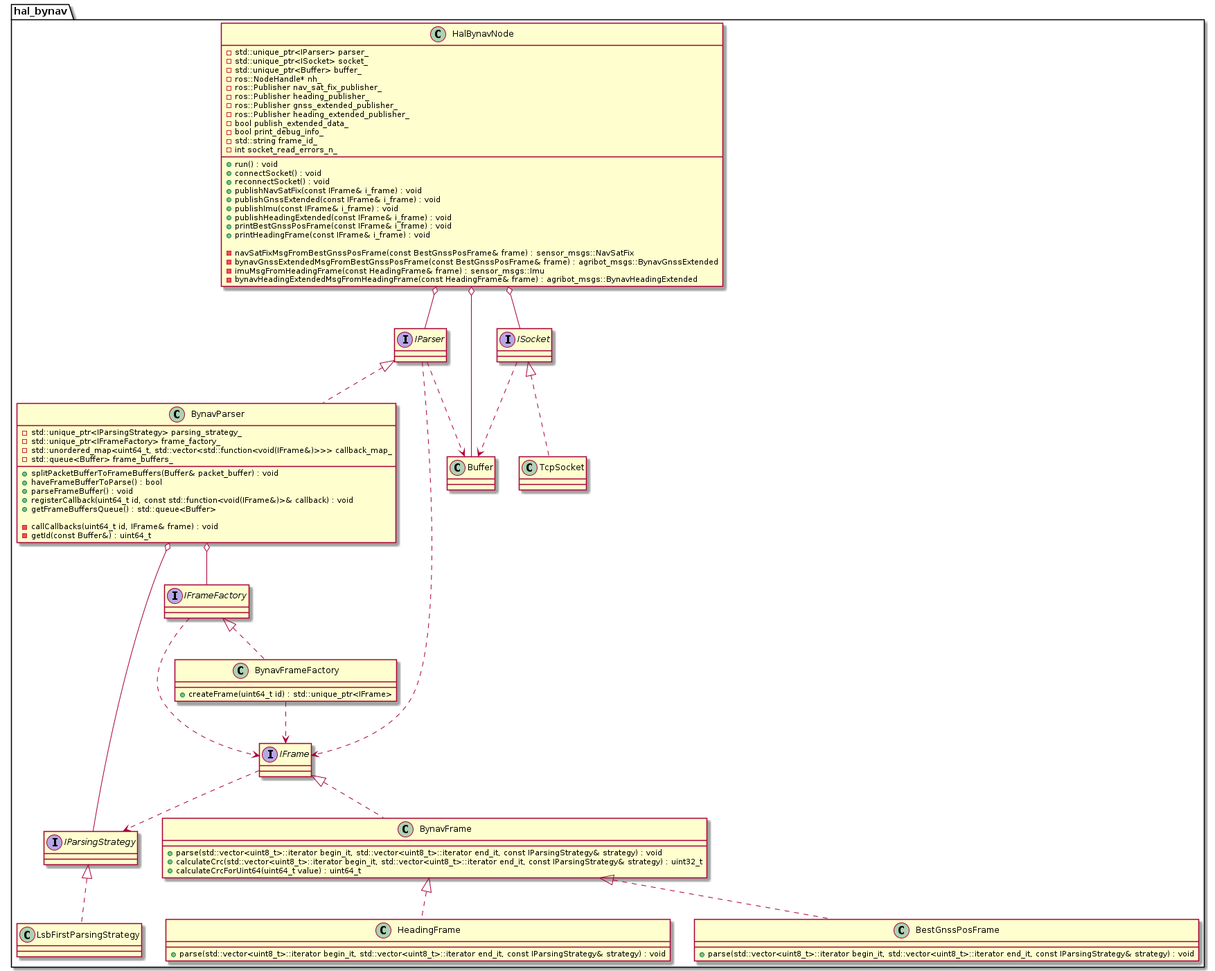
Before: doc/class_diagram/hal_bynav.png, a diagram exported from PlantUML (agribot-2-0/hal_bynav).
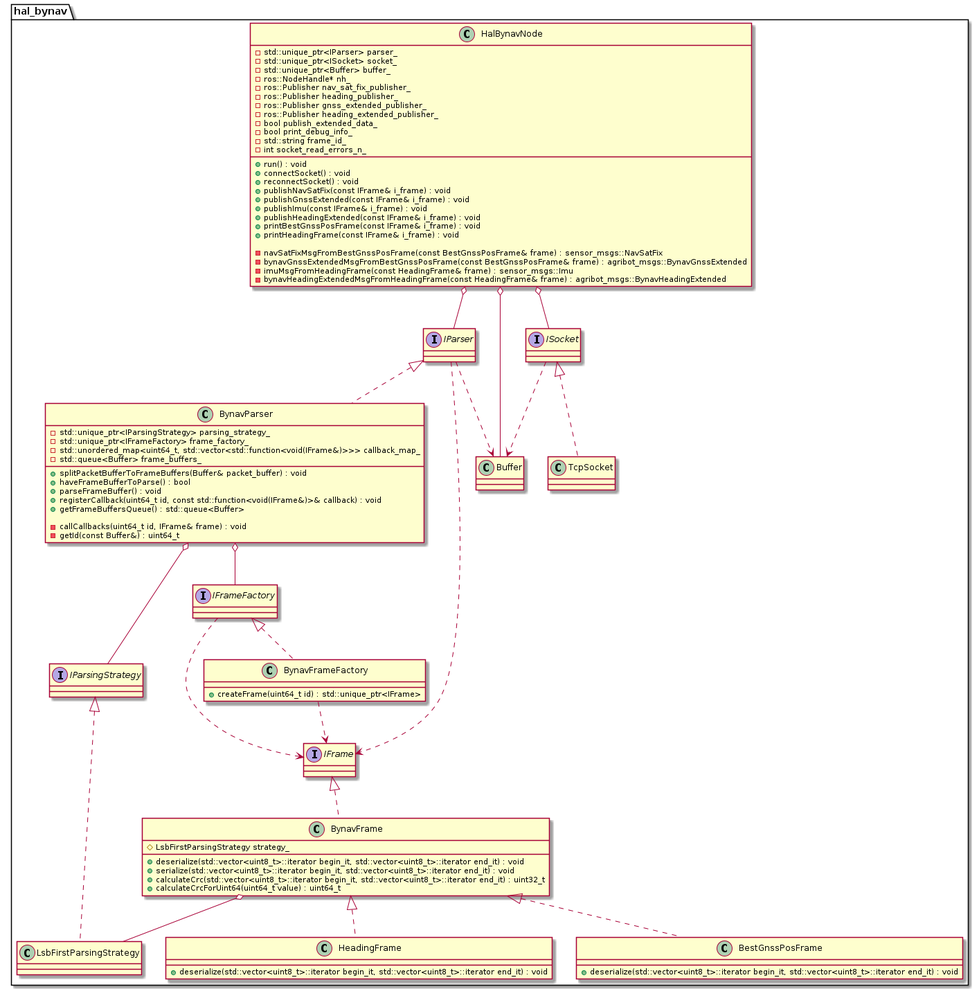
After the commit.

Commit message:
Update class diagram

What changed in the source:
```diff
@@ -89,19 +89,21 @@
 
   class BynavFrame
   {
-    + parse(std::vector<uint8_t>::iterator begin_it, std::vector<uint8_t>::iterator end_it, const IParsingStrategy& strategy) : void
-    + calculateCrc(std::vector<uint8_t>::iterator begin_it, std::vector<uint8_t>::iterator end_it, const IParsingStrategy& strategy) : uint32_t
+    # LsbFirstParsingStrategy strategy_
+    + deserialize(std::vector<uint8_t>::iterator begin_it, std::vector<uint8_t>::iterator end_it) : void
+    + serialize(std::vector<uint8_t>::iterator begin_it, std::vector<uint8_t>::iterator end_it) : void
+    + calculateCrc(std::vector<uint8_t>::iterator begin_it, std::vector<uint8_t>::iterator end_it) : uint32_t
     + calculateCrcForUint64(uint64_t value) : uint64_t
   }
 
   class BestGnssPosFrame
   {
-    + parse(std::vector<uint8_t>::iterator begin_it, std::vector<uint8_t>::iterator end_it, const IParsingStrategy& strategy) : void
+    + deserialize(std::vector<uint8_t>::iterator begin_it, std::vector<uint8_t>::iterator end_it) : void
   }
 
   class HeadingFrame
   {
-    + parse(std::vector<uint8_t>::iterator begin_it, std::vector<uint8_t>::iterator end_it, const IParsingStrategy& strategy) : void
+    + deserialize(std::vector<uint8_t>::iterator begin_it, std::vector<uint8_t>::iterator end_it) : void
   }
 
   class TcpSocket implements ISocket
@@ -121,11 +123,12 @@
 
   BynavFrameFactory ..> IFrame
 
+  BynavFrame o-- LsbFirstParsingStrategy
+
   ISocket ..> Buffer
   IParser ..> Buffer
   IParser ..> IFrame
   IFrameFactory ..> IFrame
-  IFrame ..> IParsingStrategy
 }
 
 @enduml
```
